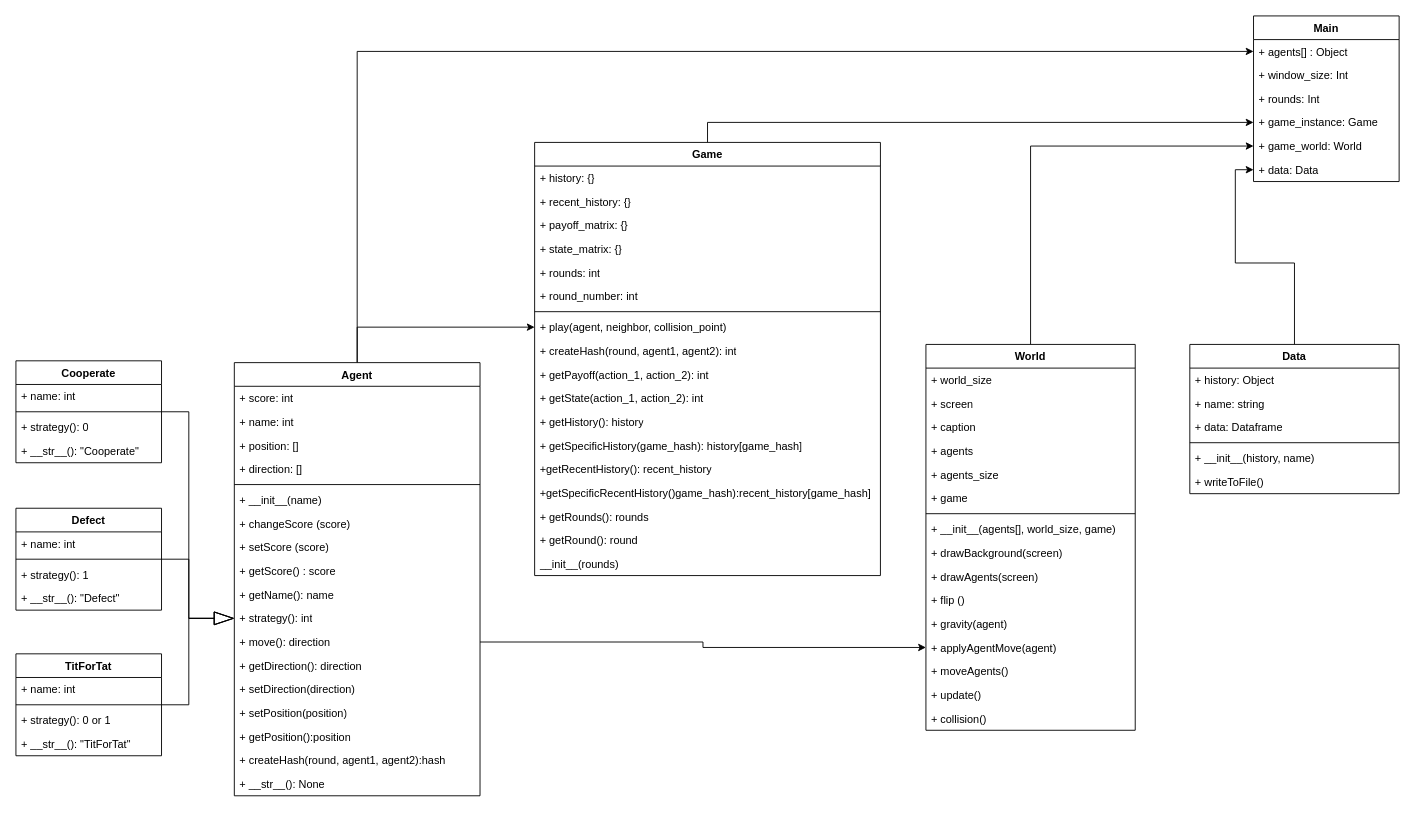
Above: Prototype Class Diagram.drawio in Boland-Unfug/Thesis-python (draw.io), before the change. Source tidied: cells renumbered, new cells numbered last; positions are measured from the earlier drawing's top-left corner, leaving out a move shared by most shapes. Both pictures are drawn from the tidied source at 91%, with x=0, y=0 at pixel (15, 15).
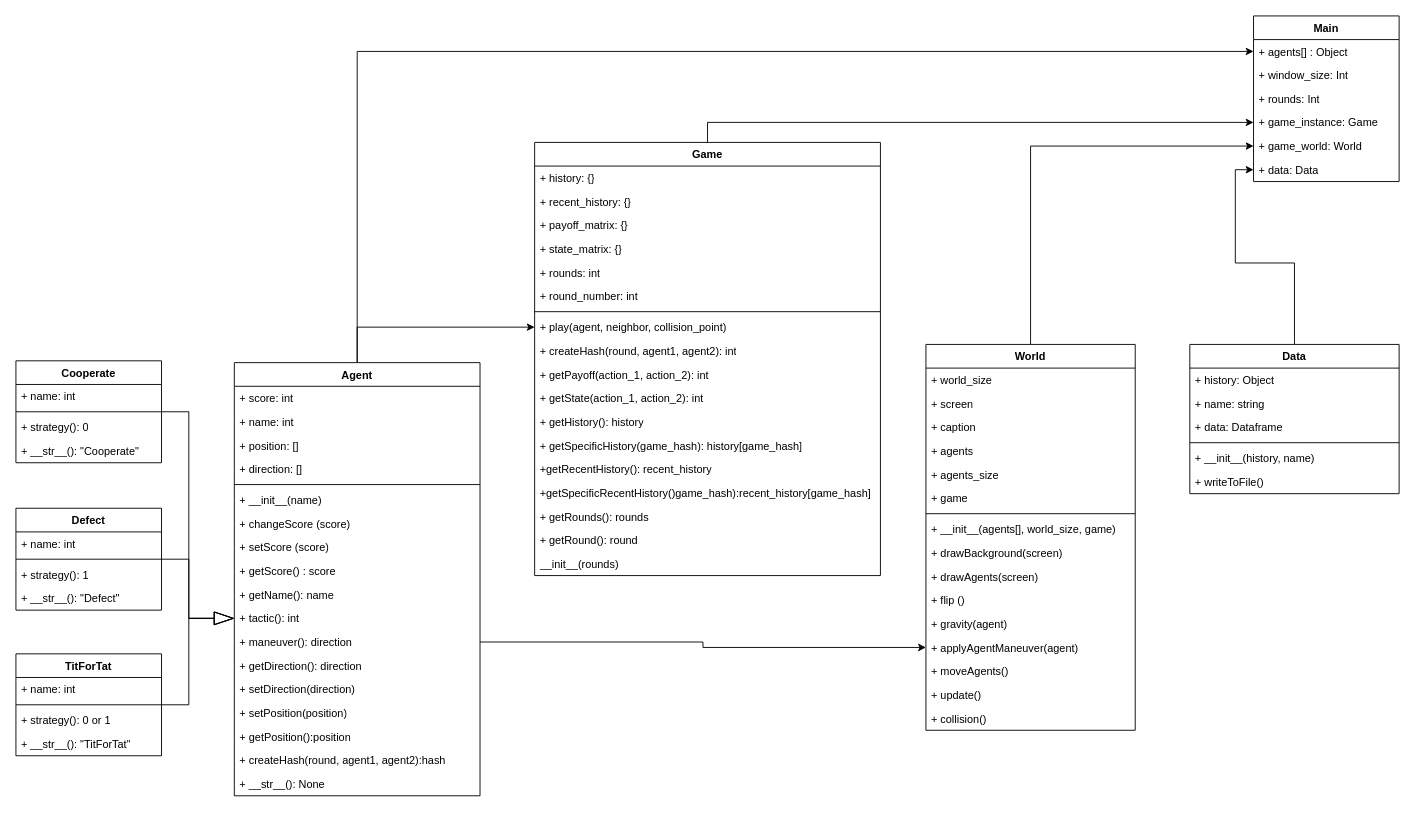
The same page after the edit.

The change refers to these unchanged cells:
```xml
<mxCell id="10" value="World" style="swimlane;fontStyle=1;align=center;verticalAlign=top;horizontal=1;startSize=26;whiteSpace=wrap;html=1;" parent="1" vertex="1">
  <mxGeometry x="1000" y="361" width="230" height="424" as="geometry" />
</mxCell>
<mxCell id="29" value="Agent" style="swimlane;fontStyle=1;align=center;verticalAlign=top;horizontal=1;startSize=26;whiteSpace=wrap;html=1;" parent="1" vertex="1">
  <mxGeometry x="240" y="381" width="270" height="476" as="geometry" />
</mxCell>
```

Change to the diagram source:
```diff
@@
-    <mxCell id="23" value="+ applyAgentMove(agent)" style="text;strokeColor=none;fillColor=none;align=left;verticalAlign=top;spacingLeft=4;spacingRight=4;overflow=hidden;points=[[0,0.5],[1,0.5]];portConstraint=eastwest;whiteSpace=wrap;html=1;" parent="10" vertex="1">
+    <mxCell id="23" value="+ applyAgentManeuver(agent)" style="text;strokeColor=none;fillColor=none;align=left;verticalAlign=top;spacingLeft=4;spacingRight=4;overflow=hidden;points=[[0,0.5],[1,0.5]];portConstraint=eastwest;whiteSpace=wrap;html=1;" parent="10" vertex="1">
       <mxGeometry y="320" width="230" height="26" as="geometry" />
     </mxCell>
@@
-    <mxCell id="40" value="+ strategy(): int" style="text;strokeColor=none;fillColor=none;align=left;verticalAlign=top;spacingLeft=4;spacingRight=4;overflow=hidden;points=[[0,0.5],[1,0.5]];portConstraint=eastwest;whiteSpace=wrap;html=1;" parent="29" vertex="1">
+    <mxCell id="40" value="+ tactic(): int" style="text;strokeColor=none;fillColor=none;align=left;verticalAlign=top;spacingLeft=4;spacingRight=4;overflow=hidden;points=[[0,0.5],[1,0.5]];portConstraint=eastwest;whiteSpace=wrap;html=1;" parent="29" vertex="1">
       <mxGeometry y="268" width="270" height="26" as="geometry" />
     </mxCell>
-    <mxCell id="41" value="+ move(): direction" style="text;strokeColor=none;fillColor=none;align=left;verticalAlign=top;spacingLeft=4;spacingRight=4;overflow=hidden;points=[[0,0.5],[1,0.5]];portConstraint=eastwest;whiteSpace=wrap;html=1;" parent="29" vertex="1">
+    <mxCell id="41" value="+ maneuver(): direction" style="text;strokeColor=none;fillColor=none;align=left;verticalAlign=top;spacingLeft=4;spacingRight=4;overflow=hidden;points=[[0,0.5],[1,0.5]];portConstraint=eastwest;whiteSpace=wrap;html=1;" parent="29" vertex="1">
       <mxGeometry y="294" width="270" height="26" as="geometry" />
     </mxCell>
```
